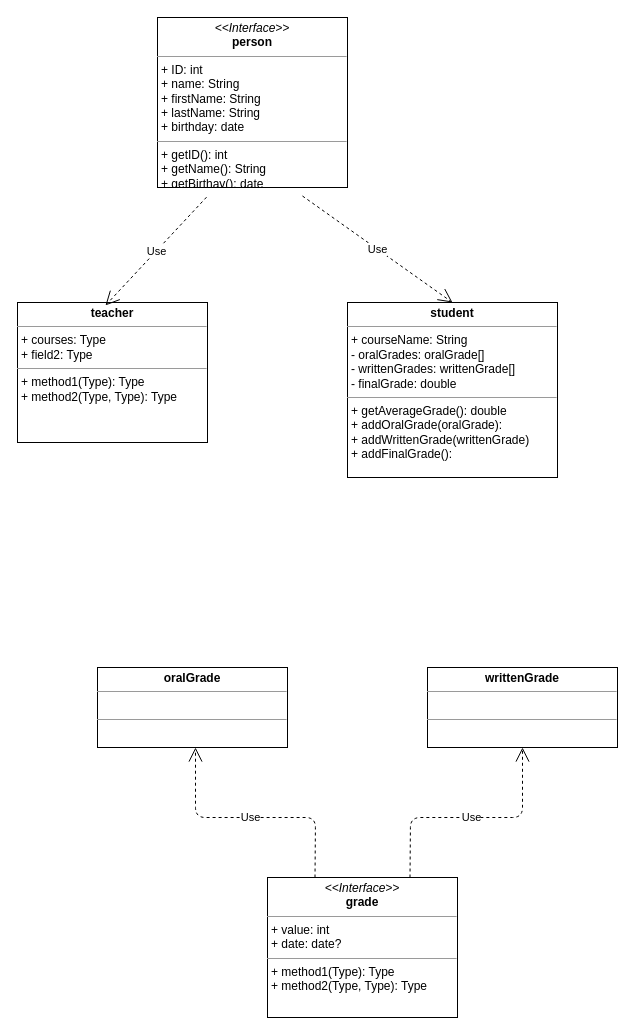
The draw.io diagram Untitled Diagram.drawio in lorenzo381/ATdIT-Gruppe_3, before the edit. Source tidied: cells renumbered, new cells numbered last; positions are measured from the earlier drawing's top-left corner, leaving out a move shared by most shapes. Both pictures are drawn from the tidied source at 100%, with x=0, y=0 at pixel (17, 17).
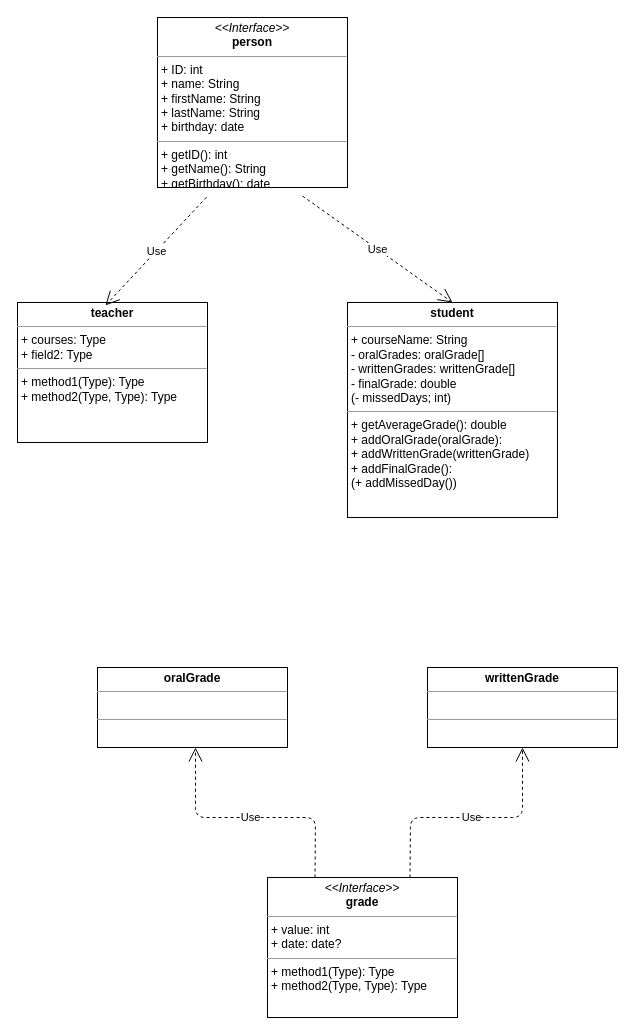
The same page after the edit.

The edit, as a diff of the source:
```diff
@@
 <mxGraphModel background="#ffffff">
   <root>
     <mxCell id="0" />
     <mxCell id="1" parent="0" />
     <mxCell id="2" value="&lt;p style=&quot;margin: 0px ; margin-top: 4px ; text-align: center&quot;&gt;&lt;b&gt;writtenGrade&lt;/b&gt;&lt;/p&gt;&lt;hr size=&quot;1&quot;&gt;&lt;p style=&quot;margin: 0px ; margin-left: 4px&quot;&gt;&lt;br&gt;&lt;/p&gt;&lt;hr size=&quot;1&quot;&gt;&lt;p style=&quot;margin: 0px ; margin-left: 4px&quot;&gt;&lt;br&gt;&lt;/p&gt;" style="verticalAlign=top;align=left;overflow=fill;fontSize=12;fontFamily=Helvetica;html=1;rounded=0;shadow=0;comic=0;labelBackgroundColor=none;strokeWidth=1;" parent="1" vertex="1">
       <mxGeometry x="410" y="650" width="190" height="80" as="geometry" />
     </mxCell>
     <mxCell id="3" value="&lt;p style=&quot;margin: 0px ; margin-top: 4px ; text-align: center&quot;&gt;&lt;i&gt;&amp;lt;&amp;lt;Interface&amp;gt;&amp;gt;&lt;/i&gt;&lt;br&gt;&lt;b&gt;grade&lt;/b&gt;&lt;/p&gt;&lt;hr size=&quot;1&quot;&gt;&lt;p style=&quot;margin: 0px ; margin-left: 4px&quot;&gt;+ value: int&lt;br&gt;+ date: date?&lt;/p&gt;&lt;hr size=&quot;1&quot;&gt;&lt;p style=&quot;margin: 0px ; margin-left: 4px&quot;&gt;+ method1(Type): Type&lt;br&gt;+ method2(Type, Type): Type&lt;/p&gt;" style="verticalAlign=top;align=left;overflow=fill;fontSize=12;fontFamily=Helvetica;html=1;rounded=0;shadow=0;comic=0;labelBackgroundColor=none;strokeWidth=1;" parent="1" vertex="1">
       <mxGeometry x="250" y="860" width="190" height="140" as="geometry" />
     </mxCell>
-    <mxCell id="4" value="&lt;p style=&quot;margin: 0px ; margin-top: 4px ; text-align: center&quot;&gt;&lt;i&gt;&amp;lt;&amp;lt;Interface&amp;gt;&amp;gt;&lt;/i&gt;&lt;br&gt;&lt;b&gt;person&lt;/b&gt;&lt;/p&gt;&lt;hr size=&quot;1&quot;&gt;&lt;p style=&quot;margin: 0px ; margin-left: 4px&quot;&gt;+ ID: int&lt;br&gt;+ name: String&lt;/p&gt;&lt;p style=&quot;margin: 0px ; margin-left: 4px&quot;&gt;+ firstName: String&lt;/p&gt;&lt;p style=&quot;margin: 0px ; margin-left: 4px&quot;&gt;+ lastName: String&lt;br&gt;&lt;/p&gt;&lt;p style=&quot;margin: 0px ; margin-left: 4px&quot;&gt;+ birthday: date&lt;/p&gt;&lt;hr size=&quot;1&quot;&gt;&lt;p style=&quot;margin: 0px ; margin-left: 4px&quot;&gt;+ getID(): int&lt;br&gt;+ getName(): String&lt;/p&gt;&lt;p style=&quot;margin: 0px ; margin-left: 4px&quot;&gt;+ getBirthay(): date&lt;/p&gt;" style="verticalAlign=top;align=left;overflow=fill;fontSize=12;fontFamily=Helvetica;html=1;rounded=0;shadow=0;comic=0;labelBackgroundColor=none;strokeWidth=1;" parent="1" vertex="1">
+    <mxCell id="4" value="&lt;p style=&quot;margin: 0px ; margin-top: 4px ; text-align: center&quot;&gt;&lt;i&gt;&amp;lt;&amp;lt;Interface&amp;gt;&amp;gt;&lt;/i&gt;&lt;br&gt;&lt;b&gt;person&lt;/b&gt;&lt;/p&gt;&lt;hr size=&quot;1&quot;&gt;&lt;p style=&quot;margin: 0px ; margin-left: 4px&quot;&gt;+ ID: int&lt;br&gt;+ name: String&lt;/p&gt;&lt;p style=&quot;margin: 0px ; margin-left: 4px&quot;&gt;+ firstName: String&lt;/p&gt;&lt;p style=&quot;margin: 0px ; margin-left: 4px&quot;&gt;+ lastName: String&lt;br&gt;&lt;/p&gt;&lt;p style=&quot;margin: 0px ; margin-left: 4px&quot;&gt;+ birthday: date&lt;/p&gt;&lt;hr size=&quot;1&quot;&gt;&lt;p style=&quot;margin: 0px ; margin-left: 4px&quot;&gt;+ getID(): int&lt;br&gt;+ getName(): String&lt;/p&gt;&lt;p style=&quot;margin: 0px ; margin-left: 4px&quot;&gt;+ getBirthday(): date&lt;/p&gt;" style="verticalAlign=top;align=left;overflow=fill;fontSize=12;fontFamily=Helvetica;html=1;rounded=0;shadow=0;comic=0;labelBackgroundColor=none;strokeWidth=1;" parent="1" vertex="1">
       <mxGeometry x="140" width="190" height="170" as="geometry" />
     </mxCell>
     <mxCell id="5" value="&lt;p style=&quot;margin: 0px ; margin-top: 4px ; text-align: center&quot;&gt;&lt;b&gt;teacher&lt;/b&gt;&lt;/p&gt;&lt;hr size=&quot;1&quot;&gt;&lt;p style=&quot;margin: 0px ; margin-left: 4px&quot;&gt;+ courses: Type&lt;br&gt;+ field2: Type&lt;/p&gt;&lt;hr size=&quot;1&quot;&gt;&lt;p style=&quot;margin: 0px ; margin-left: 4px&quot;&gt;+ method1(Type): Type&lt;br&gt;+ method2(Type, Type): Type&lt;/p&gt;" style="verticalAlign=top;align=left;overflow=fill;fontSize=12;fontFamily=Helvetica;html=1;rounded=0;shadow=0;comic=0;labelBackgroundColor=none;strokeWidth=1;" parent="1" vertex="1">
       <mxGeometry y="285" width="190" height="140" as="geometry" />
     </mxCell>
-    <mxCell id="6" value="&lt;p style=&quot;margin: 0px ; margin-top: 4px ; text-align: center&quot;&gt;&lt;b&gt;student&lt;/b&gt;&lt;/p&gt;&lt;hr size=&quot;1&quot;&gt;&lt;p style=&quot;margin: 0px ; margin-left: 4px&quot;&gt;+ courseName: String&lt;br&gt;&lt;/p&gt;&lt;p style=&quot;margin: 0px ; margin-left: 4px&quot;&gt;- oralGrades: oralGrade[]&lt;/p&gt;&lt;p style=&quot;margin: 0px ; margin-left: 4px&quot;&gt;- writtenGrades: writtenGrade[]&lt;/p&gt;&lt;p style=&quot;margin: 0px ; margin-left: 4px&quot;&gt;- finalGrade: double&lt;/p&gt;&lt;hr size=&quot;1&quot;&gt;&lt;p style=&quot;margin: 0px ; margin-left: 4px&quot;&gt;+ getAverageGrade(): double&lt;br&gt;&lt;/p&gt;&lt;p style=&quot;margin: 0px ; margin-left: 4px&quot;&gt;+ addOralGrade(oralGrade):&lt;/p&gt;&lt;p style=&quot;margin: 0px ; margin-left: 4px&quot;&gt;+ addWrittenGrade(writtenGrade)&lt;/p&gt;&lt;p style=&quot;margin: 0px ; margin-left: 4px&quot;&gt;+ addFinalGrade():&lt;/p&gt;" style="verticalAlign=top;align=left;overflow=fill;fontSize=12;fontFamily=Helvetica;html=1;rounded=0;shadow=0;comic=0;labelBackgroundColor=none;strokeWidth=1;" parent="1" vertex="1">
-      <mxGeometry x="330" y="285" width="210" height="175" as="geometry" />
+    <mxCell id="6" value="&lt;p style=&quot;margin: 0px ; margin-top: 4px ; text-align: center&quot;&gt;&lt;b&gt;student&lt;/b&gt;&lt;/p&gt;&lt;hr size=&quot;1&quot;&gt;&lt;p style=&quot;margin: 0px ; margin-left: 4px&quot;&gt;+ courseName: String&lt;br&gt;&lt;/p&gt;&lt;p style=&quot;margin: 0px ; margin-left: 4px&quot;&gt;- oralGrades: oralGrade[]&lt;/p&gt;&lt;p style=&quot;margin: 0px ; margin-left: 4px&quot;&gt;- writtenGrades: writtenGrade[]&lt;/p&gt;&lt;p style=&quot;margin: 0px ; margin-left: 4px&quot;&gt;- finalGrade: double&lt;/p&gt;&lt;p style=&quot;margin: 0px ; margin-left: 4px&quot;&gt;(- missedDays; int)&lt;/p&gt;&lt;hr size=&quot;1&quot;&gt;&lt;p style=&quot;margin: 0px ; margin-left: 4px&quot;&gt;+ getAverageGrade(): double&lt;br&gt;&lt;/p&gt;&lt;p style=&quot;margin: 0px ; margin-left: 4px&quot;&gt;+ addOralGrade(oralGrade):&lt;/p&gt;&lt;p style=&quot;margin: 0px ; margin-left: 4px&quot;&gt;+ addWrittenGrade(writtenGrade)&lt;/p&gt;&lt;p style=&quot;margin: 0px ; margin-left: 4px&quot;&gt;+ addFinalGrade():&lt;/p&gt;&lt;p style=&quot;margin: 0px ; margin-left: 4px&quot;&gt;(+ addMissedDay())&lt;/p&gt;" style="verticalAlign=top;align=left;overflow=fill;fontSize=12;fontFamily=Helvetica;html=1;rounded=0;shadow=0;comic=0;labelBackgroundColor=none;strokeWidth=1;" parent="1" vertex="1">
+      <mxGeometry x="330" y="285" width="210" height="215" as="geometry" />
     </mxCell>
     <mxCell id="7" value="Use" style="endArrow=open;endSize=12;dashed=1;html=1;exitX=0.763;exitY=1.05;exitDx=0;exitDy=0;exitPerimeter=0;entryX=0.5;entryY=0;entryDx=0;entryDy=0;" parent="1" edge="1" source="4" target="6">
       <mxGeometry relative="1" as="geometry" />
     </mxCell>
     <mxCell id="8" value="Use" style="endArrow=open;endSize=12;dashed=1;html=1;exitX=0.258;exitY=1.057;exitDx=0;exitDy=0;exitPerimeter=0;entryX=0.463;entryY=0.021;entryDx=0;entryDy=0;entryPerimeter=0;" parent="1" edge="1" source="4" target="5">
       <mxGeometry relative="1" as="geometry" />
     </mxCell>
     <mxCell id="9" value="&lt;p style=&quot;margin: 0px ; margin-top: 4px ; text-align: center&quot;&gt;&lt;b&gt;oralGrade&lt;/b&gt;&lt;/p&gt;&lt;hr size=&quot;1&quot;&gt;&lt;p style=&quot;margin: 0px ; margin-left: 4px&quot;&gt;&lt;br&gt;&lt;/p&gt;&lt;hr size=&quot;1&quot;&gt;&lt;p style=&quot;margin: 0px ; margin-left: 4px&quot;&gt;&lt;br&gt;&lt;/p&gt;" style="verticalAlign=top;align=left;overflow=fill;fontSize=12;fontFamily=Helvetica;html=1;rounded=0;shadow=0;comic=0;labelBackgroundColor=none;strokeWidth=1;" parent="1" vertex="1">
       <mxGeometry x="80" y="650" width="190" height="80" as="geometry" />
     </mxCell>
     <mxCell id="10" style="edgeStyle=orthogonalEdgeStyle;rounded=0;orthogonalLoop=1;jettySize=auto;html=1;exitX=0.5;exitY=1;exitDx=0;exitDy=0;" parent="1" edge="1" source="9" target="9">
       <mxGeometry relative="1" as="geometry" />
     </mxCell>
     <mxCell id="11" value="Use" style="endArrow=open;endSize=12;dashed=1;html=1;exitX=0.75;exitY=0;exitDx=0;exitDy=0;entryX=0.5;entryY=1;entryDx=0;entryDy=0;" parent="1" edge="1" source="3" target="2">
       <mxGeometry relative="1" as="geometry">
         <Array as="points">
           <mxPoint x="393" y="800" />
           <mxPoint x="505" y="800" />
         </Array>
       </mxGeometry>
     </mxCell>
     <mxCell id="12" value="Use" style="endArrow=open;endSize=12;dashed=1;html=1;exitX=0.25;exitY=0;exitDx=0;exitDy=0;" parent="1" edge="1" source="3">
       <mxGeometry relative="1" as="geometry">
         <mxPoint x="178" y="730" as="targetPoint" />
         <Array as="points">
           <mxPoint x="298" y="800" />
           <mxPoint x="178" y="800" />
         </Array>
       </mxGeometry>
     </mxCell>
   </root>
 </mxGraphModel>
```
